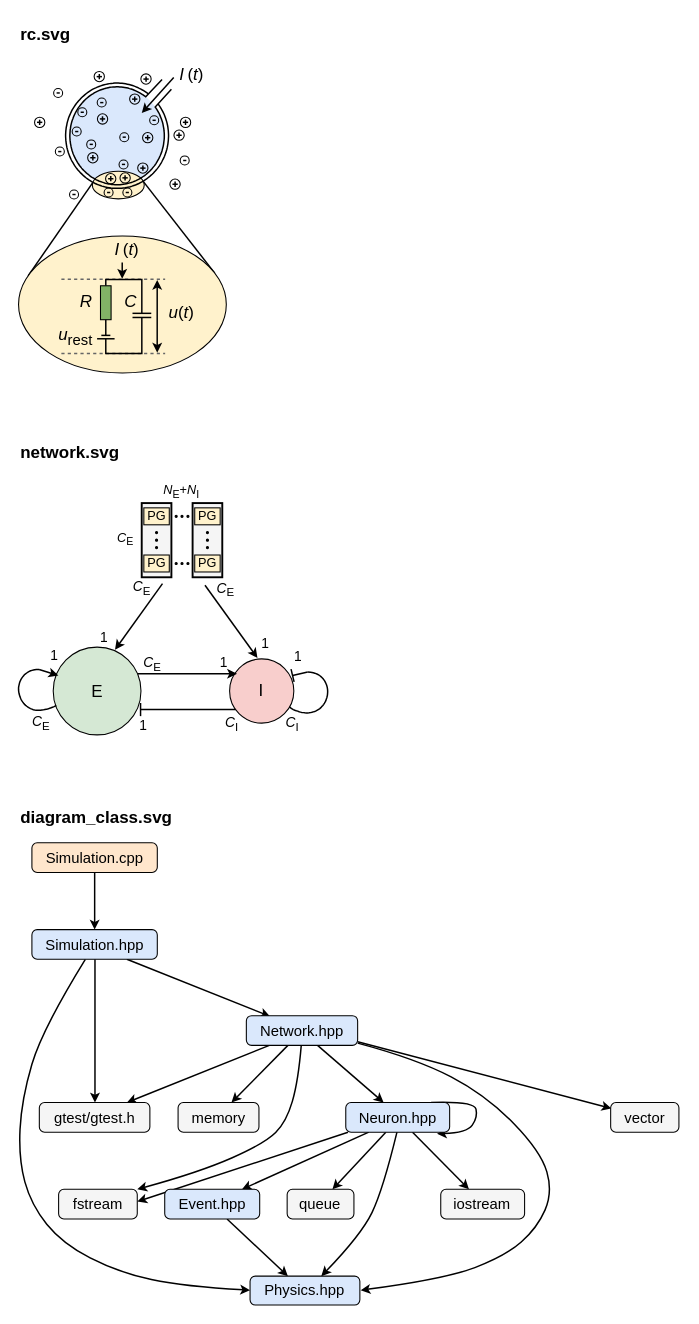
Earlier version of the draw.io diagram assets/lif-brunel/lif-brunel.drawio (brunomaga/brunomaga.github.io). Source tidied: cells renumbered, new cells numbered last; positions are measured from the earlier drawing's top-left corner, leaving out a move shared by most shapes. Both pictures are drawn from the tidied source at 106%, with x=0, y=0 at pixel (18, 18).
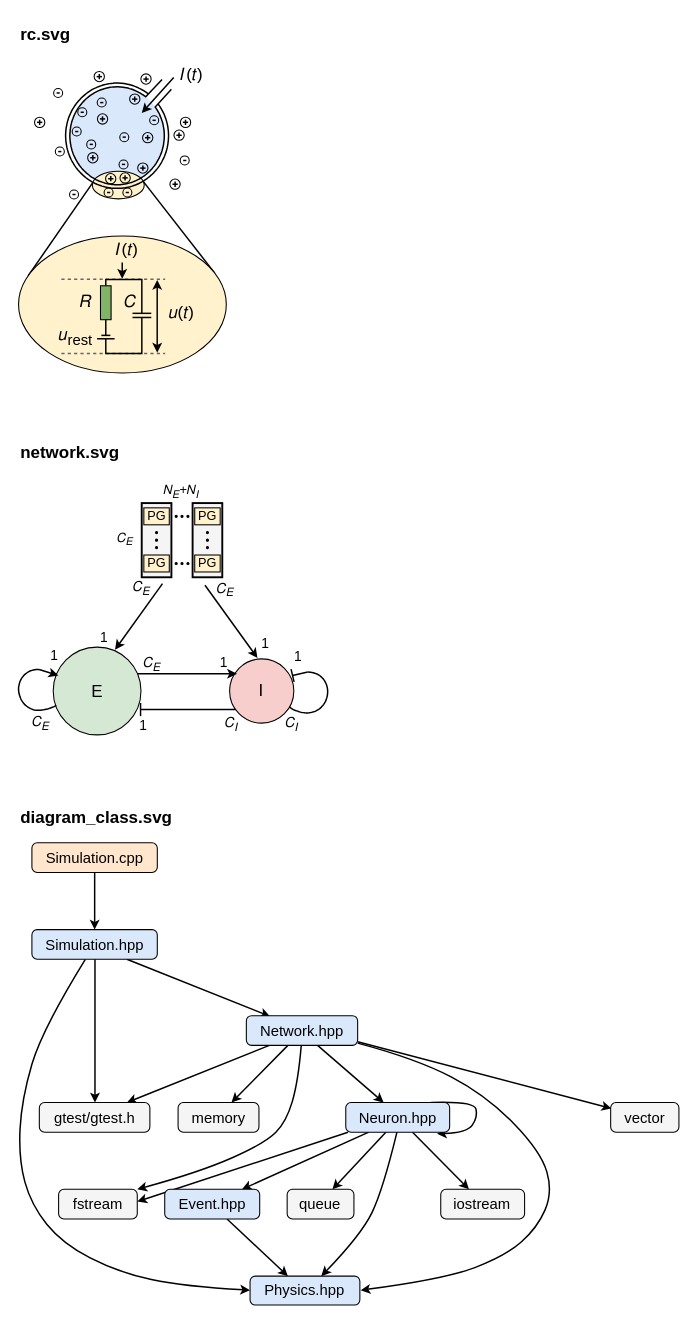
Above is the later version.

Unchanged cells that the change refers to:
```xml
<mxCell id="3" style="group;fontFamily=Source Sans 3;" parent="1" vertex="1">
  <mxGeometry y="40" width="196" height="294.3" as="geometry" />
</mxCell>
<mxCell id="97" style="group;fontFamily=Source Sans 3;" parent="1" vertex="1">
  <mxGeometry y="434.3" width="291.6" height="243.4" as="geometry" />
</mxCell>
```

Diff of the diagram source:
```diff
@@
-    <mxCell id="13" value="&lt;i&gt;I&lt;/i&gt; (&lt;i&gt;t&lt;/i&gt;)" style="text;html=1;whiteSpace=nowrap;align=center;verticalAlign=middle;fontSize=16;fontStyle=0;fontFamily=NewComputerModernSansMath;fontColor=#000000;" parent="3" vertex="1">
+    <mxCell id="13" value="𝐼 (𝑡)" style="text;html=1;whiteSpace=nowrap;align=center;verticalAlign=middle;fontSize=16;fontStyle=0;fontFamily=NewComputerModernSansMath;fontColor=#000000;" parent="3" vertex="1">
       <mxGeometry x="149.1" width="27.4" height="23.2" as="geometry" />
     </mxCell>
@@
-    <mxCell id="91" value="&lt;i&gt;I&lt;/i&gt; (&lt;i&gt;t&lt;/i&gt;)" style="text;html=1;whiteSpace=nowrap;align=center;verticalAlign=middle;fontSize=16;fontStyle=0;fontFamily=NewComputerModernSansMath;fontColor=#000000;" parent="3" vertex="1">
+    <mxCell id="91" value="𝐼 (𝑡)" style="text;html=1;whiteSpace=nowrap;align=center;verticalAlign=middle;fontSize=16;fontStyle=0;fontFamily=NewComputerModernSansMath;fontColor=#000000;" parent="3" vertex="1">
       <mxGeometry x="88.6" y="166.3" width="27.4" height="23.2" as="geometry" />
     </mxCell>
-    <mxCell id="92" value="&lt;i&gt;R&lt;/i&gt;" style="text;html=1;whiteSpace=wrap;align=center;verticalAlign=middle;fontSize=16;fontStyle=0;fontFamily=NewComputerModernSansMath;fontColor=#000000;" parent="3" vertex="1">
+    <mxCell id="92" value="𝑅" style="text;html=1;whiteSpace=wrap;align=center;verticalAlign=middle;fontSize=16;fontStyle=0;fontFamily=NewComputerModernSansMath;fontColor=#000000;" parent="3" vertex="1">
       <mxGeometry x="55" y="215.7" width="17.7" height="23.2" as="geometry" />
     </mxCell>
-    <mxCell id="93" value="&lt;i&gt;C&lt;/i&gt;" style="text;html=1;whiteSpace=wrap;align=center;verticalAlign=middle;fontSize=16;fontStyle=0;fontFamily=NewComputerModernSansMath;fontColor=#000000;" parent="3" vertex="1">
+    <mxCell id="93" value="𝐶" style="text;html=1;whiteSpace=wrap;align=center;verticalAlign=middle;fontSize=16;fontStyle=0;fontFamily=NewComputerModernSansMath;fontColor=#000000;" parent="3" vertex="1">
       <mxGeometry x="97.2" y="215.7" width="17.7" height="23.2" as="geometry" />
     </mxCell>
-    <mxCell id="94" value="&lt;i&gt;u&lt;/i&gt;(&lt;i&gt;t&lt;/i&gt;)" style="text;html=1;whiteSpace=wrap;align=center;verticalAlign=middle;fontSize=16;fontStyle=0;fontFamily=NewComputerModernSansMath;fontColor=#000000;" parent="3" vertex="1">
+    <mxCell id="94" value="𝑢(𝑡)" style="text;html=1;whiteSpace=wrap;align=center;verticalAlign=middle;fontSize=16;fontStyle=0;fontFamily=NewComputerModernSansMath;fontColor=#000000;" parent="3" vertex="1">
       <mxGeometry x="138.8" y="225.1" width="30.1" height="23.2" as="geometry" />
     </mxCell>
-    <mxCell id="95" value="&lt;i&gt;u&lt;/i&gt;&lt;sub style=&quot;font-size: 14px;&quot;&gt;rest&lt;/sub&gt;" style="text;html=1;whiteSpace=wrap;align=center;verticalAlign=middle;fontSize=16;fontStyle=0;fontFamily=NewComputerModernSansMath;fontColor=#000000;" parent="3" vertex="1">
+    <mxCell id="95" value="𝑢&lt;sub style=&quot;font-size: 14px;&quot;&gt;rest&lt;/sub&gt;" style="text;html=1;whiteSpace=wrap;align=center;verticalAlign=middle;fontSize=16;fontStyle=0;fontFamily=NewComputerModernSansMath;fontColor=#000000;" parent="3" vertex="1">
       <mxGeometry x="34.8" y="248.6" width="38.1" height="23.2" as="geometry" />
     </mxCell>
@@
-    <mxCell id="116" value="&lt;i&gt;N&lt;/i&gt;&lt;sub style=&quot;line-height:0;&quot;&gt;E&lt;/sub&gt;+&lt;i&gt;N&lt;/i&gt;&lt;sub style=&quot;line-height:0;&quot;&gt;I&lt;/sub&gt;" style="text;html=1;whiteSpace=wrap;align=center;verticalAlign=middle;fontSize=12;fontStyle=0;fontFamily=NewComputerModernSansMath;fontColor=#000000;" parent="97" vertex="1">
+    <mxCell id="116" value="𝑁&lt;sub style=&quot;line-height:0;&quot;&gt;𝐸&lt;/sub&gt;+𝑁&lt;sub style=&quot;line-height:0;&quot;&gt;𝐼&lt;/sub&gt;" style="text;html=1;whiteSpace=wrap;align=center;verticalAlign=middle;fontSize=12;fontStyle=0;fontFamily=NewComputerModernSansMath;fontColor=#000000;" parent="97" vertex="1">
       <mxGeometry x="130.1" width="48.3" height="20.8" as="geometry" />
     </mxCell>
-    <mxCell id="117" value="&lt;i&gt;C&lt;/i&gt;&lt;sub style=&quot;line-height:0;&quot;&gt;E&lt;/sub&gt;" style="text;html=1;whiteSpace=wrap;align=center;verticalAlign=middle;fontSize=12;fontStyle=0;fontFamily=NewComputerModernSansMath;fontColor=#000000;" parent="97" vertex="1">
+    <mxCell id="117" value="𝐶&lt;sub style=&quot;line-height:0;&quot;&gt;𝐸&lt;/sub&gt;" style="text;html=1;whiteSpace=wrap;align=center;verticalAlign=middle;fontSize=12;fontStyle=0;fontFamily=NewComputerModernSansMath;fontColor=#000000;" parent="97" vertex="1">
       <mxGeometry x="89.9" y="46.8" width="22.3" height="18.4" as="geometry" />
     </mxCell>
@@
-    <mxCell id="124" value="&lt;i&gt;C&lt;/i&gt;&lt;sub style=&quot;line-height:0;&quot;&gt;E&lt;/sub&gt;" style="text;html=1;whiteSpace=wrap;align=center;verticalAlign=middle;fontSize=13;fontStyle=0;fontFamily=NewComputerModernSansMath;fontColor=#000000;" parent="97" vertex="1">
+    <mxCell id="124" value="𝐶&lt;sub style=&quot;line-height:0;&quot;&gt;𝐸&lt;/sub&gt;" style="text;html=1;whiteSpace=wrap;align=center;verticalAlign=middle;fontSize=13;fontStyle=0;fontFamily=NewComputerModernSansMath;fontColor=#000000;" parent="97" vertex="1">
       <mxGeometry x="104.3" y="91.1" width="24.9" height="20.8" as="geometry" />
     </mxCell>
-    <mxCell id="125" value="&lt;i&gt;C&lt;/i&gt;&lt;sub style=&quot;line-height:0;&quot;&gt;E&lt;/sub&gt;" style="text;html=1;whiteSpace=wrap;align=center;verticalAlign=middle;fontSize=13;fontStyle=0;fontFamily=NewComputerModernSansMath;fontColor=#000000;" parent="97" vertex="1">
+    <mxCell id="125" value="𝐶&lt;sub style=&quot;line-height:0;&quot;&gt;𝐸&lt;/sub&gt;" style="text;html=1;whiteSpace=wrap;align=center;verticalAlign=middle;fontSize=13;fontStyle=0;fontFamily=NewComputerModernSansMath;fontColor=#000000;" parent="97" vertex="1">
       <mxGeometry x="183.3" y="92.1" width="24.9" height="20.8" as="geometry" />
     </mxCell>
@@
-    <mxCell id="129" value="&lt;i&gt;C&lt;/i&gt;&lt;sub style=&quot;line-height:0;&quot;&gt;E&lt;/sub&gt;" style="text;html=1;whiteSpace=wrap;align=center;verticalAlign=middle;fontSize=13;fontStyle=0;fontFamily=NewComputerModernSansMath;fontColor=#000000;" parent="97" vertex="1">
+    <mxCell id="129" value="𝐶&lt;sub style=&quot;line-height:0;&quot;&gt;𝐸&lt;/sub&gt;" style="text;html=1;whiteSpace=wrap;align=center;verticalAlign=middle;fontSize=13;fontStyle=0;fontFamily=NewComputerModernSansMath;fontColor=#000000;" parent="97" vertex="1">
       <mxGeometry x="114" y="162.1" width="24.9" height="20.8" as="geometry" />
     </mxCell>
@@
-    <mxCell id="133" value="&lt;i&gt;C&lt;/i&gt;&lt;sub style=&quot;line-height:0;&quot;&gt;I&lt;/sub&gt;" style="text;html=1;whiteSpace=wrap;align=center;verticalAlign=middle;fontSize=13;fontStyle=0;fontFamily=NewComputerModernSansMath;fontColor=#000000;" parent="97" vertex="1">
+    <mxCell id="133" value="𝐶&lt;sub style=&quot;line-height:0;&quot;&gt;𝐼&lt;/sub&gt;" style="text;html=1;whiteSpace=wrap;align=center;verticalAlign=middle;fontSize=13;fontStyle=0;fontFamily=NewComputerModernSansMath;fontColor=#000000;" parent="97" vertex="1">
       <mxGeometry x="190.8" y="219.1" width="21" height="20.8" as="geometry" />
     </mxCell>
@@
-    <mxCell id="137" value="&lt;i&gt;C&lt;/i&gt;&lt;sub style=&quot;line-height:0;&quot;&gt;E&lt;/sub&gt;" style="text;html=1;whiteSpace=wrap;align=center;verticalAlign=middle;fontSize=13;fontStyle=0;fontFamily=NewComputerModernSansMath;fontColor=#000000;" parent="97" vertex="1">
+    <mxCell id="137" value="𝐶&lt;sub style=&quot;line-height:0;&quot;&gt;𝐸&lt;/sub&gt;" style="text;html=1;whiteSpace=wrap;align=center;verticalAlign=middle;fontSize=13;fontStyle=0;fontFamily=NewComputerModernSansMath;fontColor=#000000;" parent="97" vertex="1">
       <mxGeometry x="9.3" y="218.1" width="24.9" height="20.8" as="geometry" />
     </mxCell>
@@
-    <mxCell id="141" value="&lt;i&gt;C&lt;/i&gt;&lt;sub style=&quot;line-height:0;&quot;&gt;I&lt;/sub&gt;" style="text;html=1;whiteSpace=wrap;align=center;verticalAlign=middle;fontSize=13;fontStyle=0;fontFamily=NewComputerModernSansMath;fontColor=#000000;" parent="97" vertex="1">
+    <mxCell id="141" value="𝐶&lt;sub style=&quot;line-height:0;&quot;&gt;𝐼&lt;/sub&gt;" style="text;html=1;whiteSpace=wrap;align=center;verticalAlign=middle;fontSize=13;fontStyle=0;fontFamily=NewComputerModernSansMath;fontColor=#000000;" parent="97" vertex="1">
       <mxGeometry x="247.8" y="219.1" width="21" height="20.8" as="geometry" />
     </mxCell>
```
